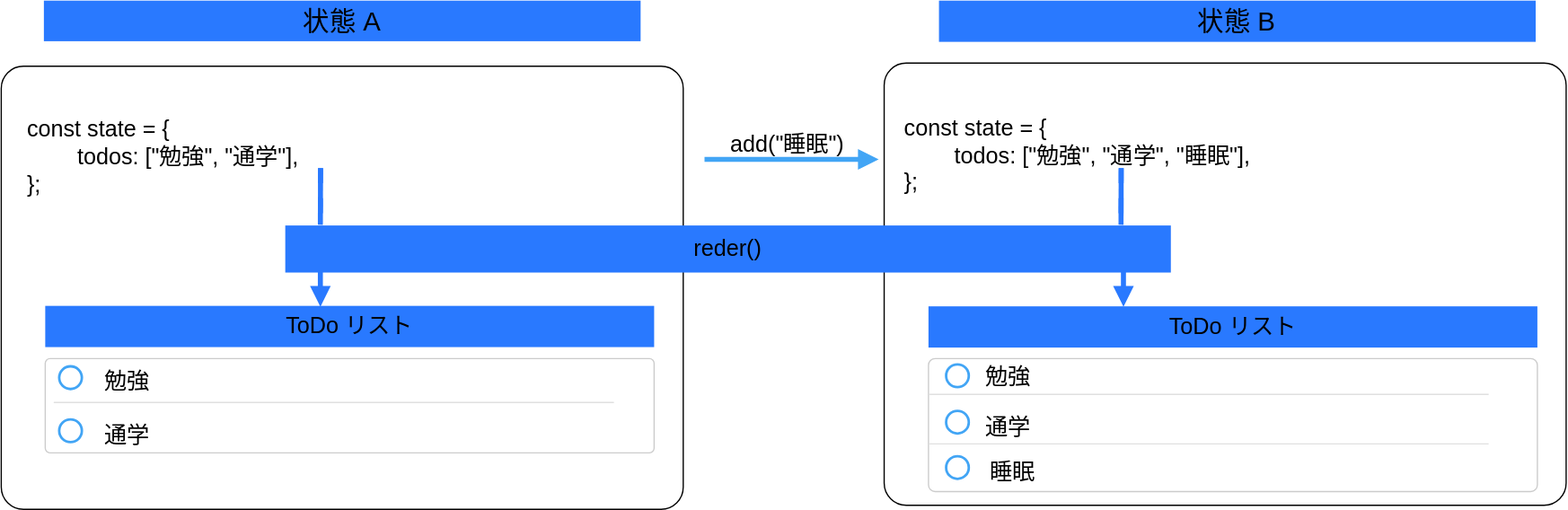
The draw.io diagram docs/4-advanced/04-react/declarative-ui.drawio.svg in ut-code/utcode-learn, before a commit. Source tidied: cells renumbered, new cells last; positions are measured from the earlier drawing's top-left corner, leaving out a move shared by most shapes.
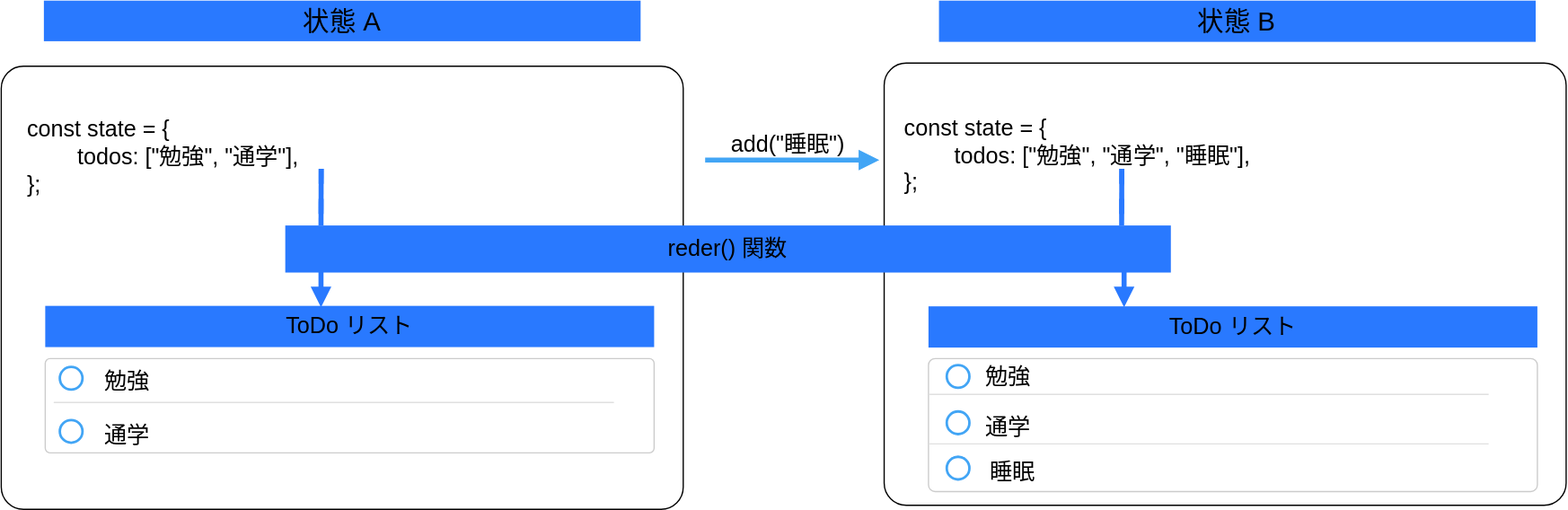
After the commit.

Change to the diagram source:
```diff
@@ -104,7 +104,7 @@
         <mxPoint x="893.7" y="244.2" as="targetPoint" />
       </mxGeometry>
     </mxCell>
-    <mxCell id="31" value="reder()" style="rounded=0;whiteSpace=wrap;fillColor=#2979FF;strokeColor=none;fontSize=18;" parent="2" vertex="1">
+    <mxCell id="31" value="reder() 関数" style="rounded=0;whiteSpace=wrap;fillColor=#2979FF;strokeColor=none;fontSize=18;" parent="2" vertex="1">
       <mxGeometry x="226.1" y="179" width="704.9" height="37.5" as="geometry" />
     </mxCell>
   </root>
```
